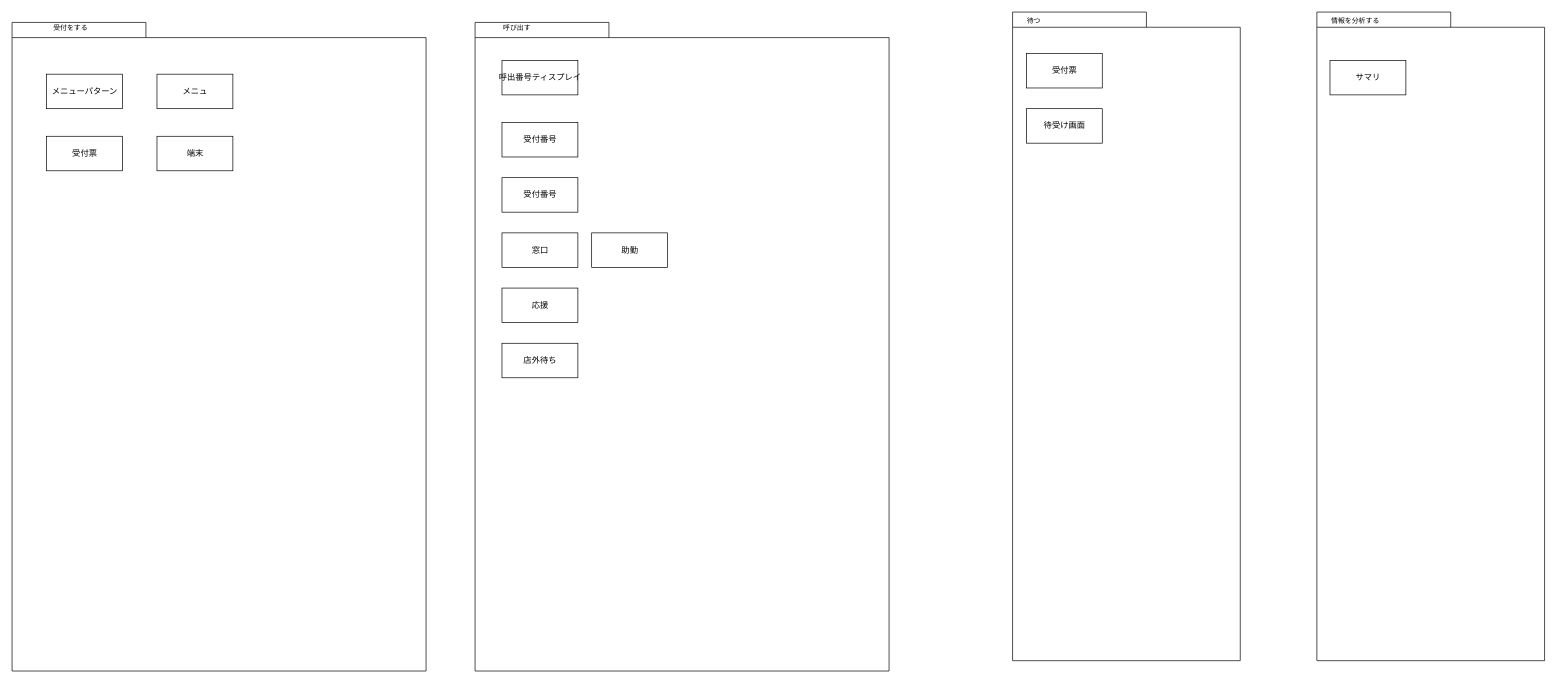
Earlier version of the draw.io diagram drawio/名称未設定ファイル.drawio (kazusss/domain). Source tidied: cells renumbered, new cells numbered last; positions are measured from the earlier drawing's top-left corner, leaving out a move shared by most shapes. Both pictures are drawn from the tidied source at 69%, with x=0, y=0 at pixel (12, 12).
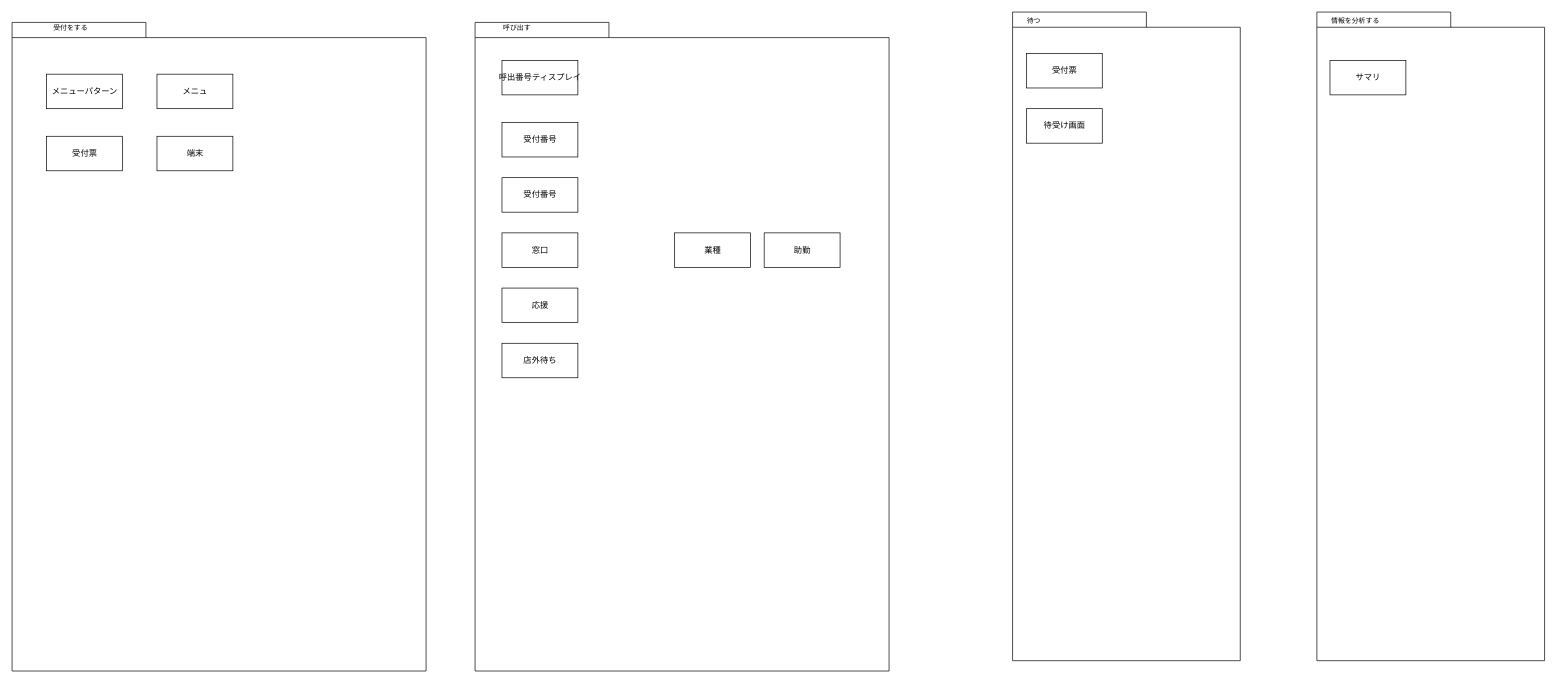
After the change.

Commit message:
名称未設定ファイル.drawio を更新します

Change to the diagram source:
```diff
@@
     <mxCell id="17" value="助勤" style="html=1;" parent="1" vertex="1">
-      <mxGeometry x="840" y="320" width="110" height="50" as="geometry" />
+      <mxGeometry x="1090" y="320" width="110" height="50" as="geometry" />
     </mxCell>
@@
+    <mxCell id="26" value="業種" style="html=1;" parent="1" vertex="1">
+      <mxGeometry x="960" y="320" width="110" height="50" as="geometry" />
+    </mxCell>
```
